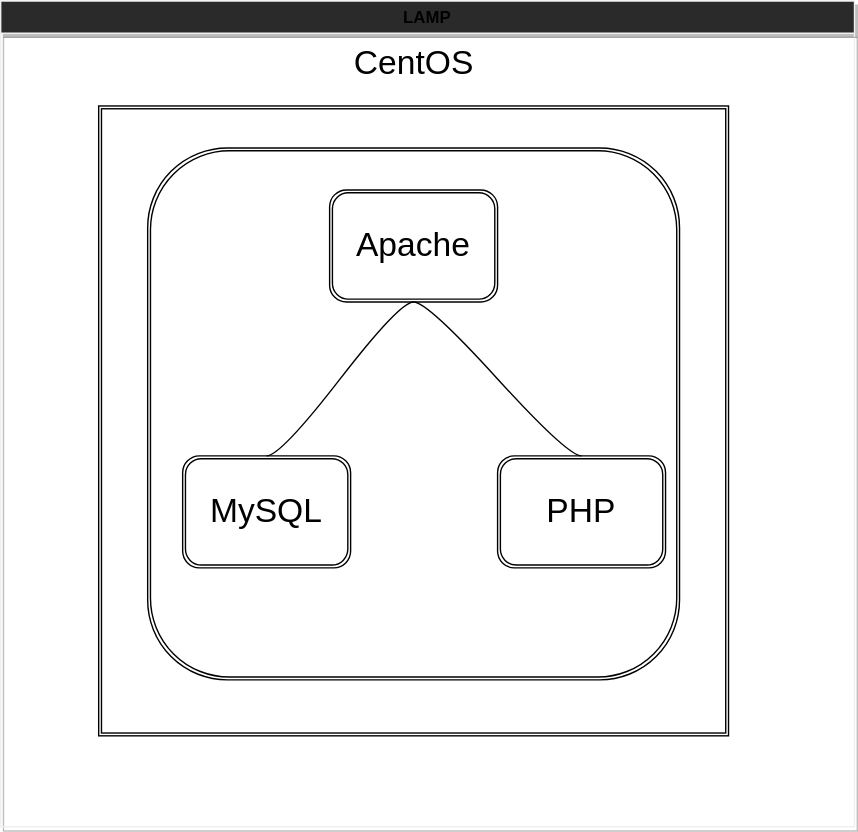
Above: basic_server/basic_server.drawio.svg in ECCNetLab/problems (draw.io), before the change. Source tidied: cells renumbered, new cells last; positions are measured from the earlier drawing's top-left corner, leaving out a move shared by most shapes.
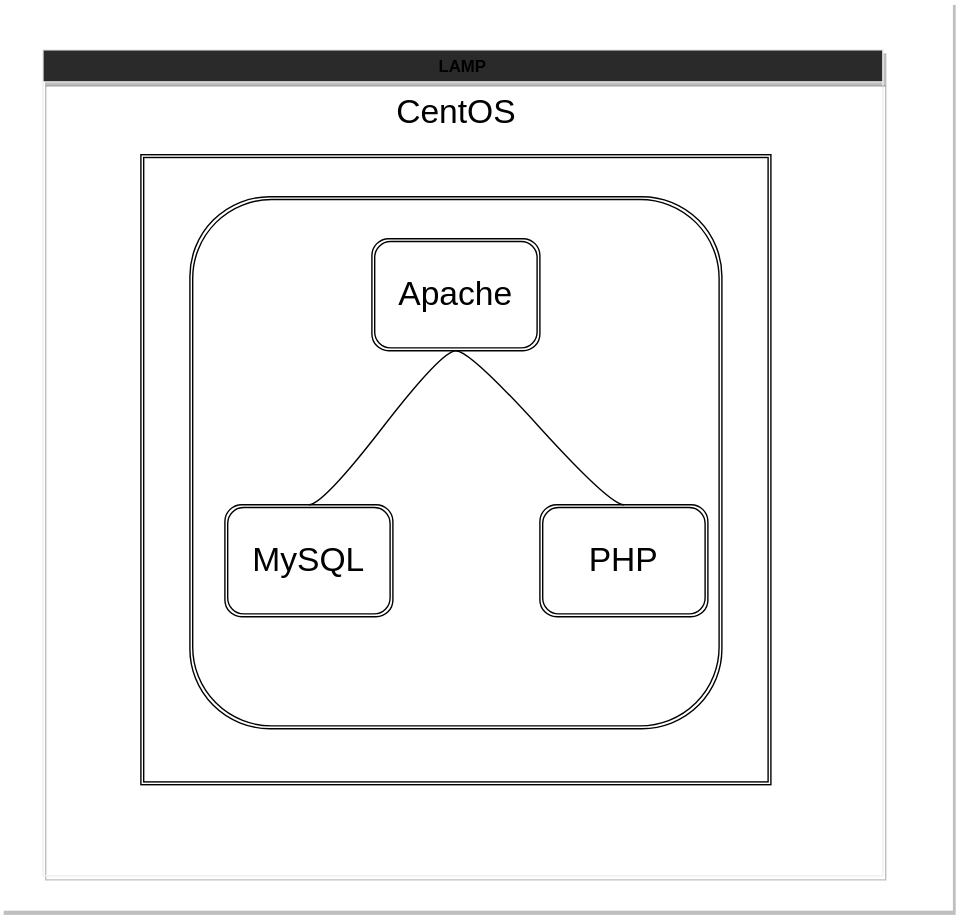
After the commit.

Commit message:
背景色適用(柿白さん

Diff of the diagram source:
```diff
@@ -2,6 +2,9 @@
   <root>
     <mxCell id="0" />
     <mxCell id="1" parent="0" />
+    <mxCell id="11" style="rounded=0;whiteSpace=wrap;html=1;shadow=1;strokeColor=none;fillColor=#FFFFFF;" parent="1" vertex="1">
+      <mxGeometry x="-30" y="-35" width="680" height="650" as="geometry" />
+    </mxCell>
     <mxCell id="2" style="shape=ext;double=1;whiteSpace=wrap;html=1;fontSize=24;" parent="1" vertex="1">
       <mxGeometry x="70" y="75" width="450" height="450" as="geometry" />
     </mxCell>
@@ -27,7 +30,7 @@
       <mxGeometry relative="1" as="geometry" />
     </mxCell>
     <mxCell id="10" value="LAMP" style="swimlane;shadow=1;strokeColor=#F0F0F0;fillColor=#2A2A2A;" parent="1" vertex="1">
-      <mxGeometry width="610" height="590" as="geometry" />
+      <mxGeometry width="600" height="590" as="geometry" />
     </mxCell>
   </root>
 </mxGraphModel>
```
